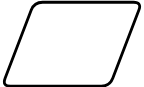
Above: pildid/Voodiagrammi_io.svg in Rihosepp-40B/TarkvaraArendusprotsess (draw.io), before the change. Source tidied: cells renumbered, new cells last; positions are measured from the earlier drawing's top-left corner, leaving out a move shared by most shapes.
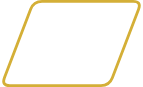
The same diagram one commit later.

The edit, as a diff of the source:
```diff
@@ -2,7 +2,7 @@
   <root>
     <mxCell id="0" />
     <mxCell id="1" parent="0" />
-    <mxCell id="2" style="shape=parallelogram;html=1;strokeWidth=2;perimeter=parallelogramPerimeter;whiteSpace=wrap;rounded=1;arcSize=12;size=0.23;strokeColor=light-dark(#000000,#D4AF37);fillColor=none;" parent="1" vertex="1">
+    <mxCell id="2" style="shape=parallelogram;html=1;strokeWidth=2;perimeter=parallelogramPerimeter;whiteSpace=wrap;rounded=1;arcSize=12;size=0.23;strokeColor=light-dark(#D4AF37,#D4AF37);fillColor=none;" parent="1" vertex="1">
       <mxGeometry width="100" height="60" as="geometry" />
     </mxCell>
   </root>
```
